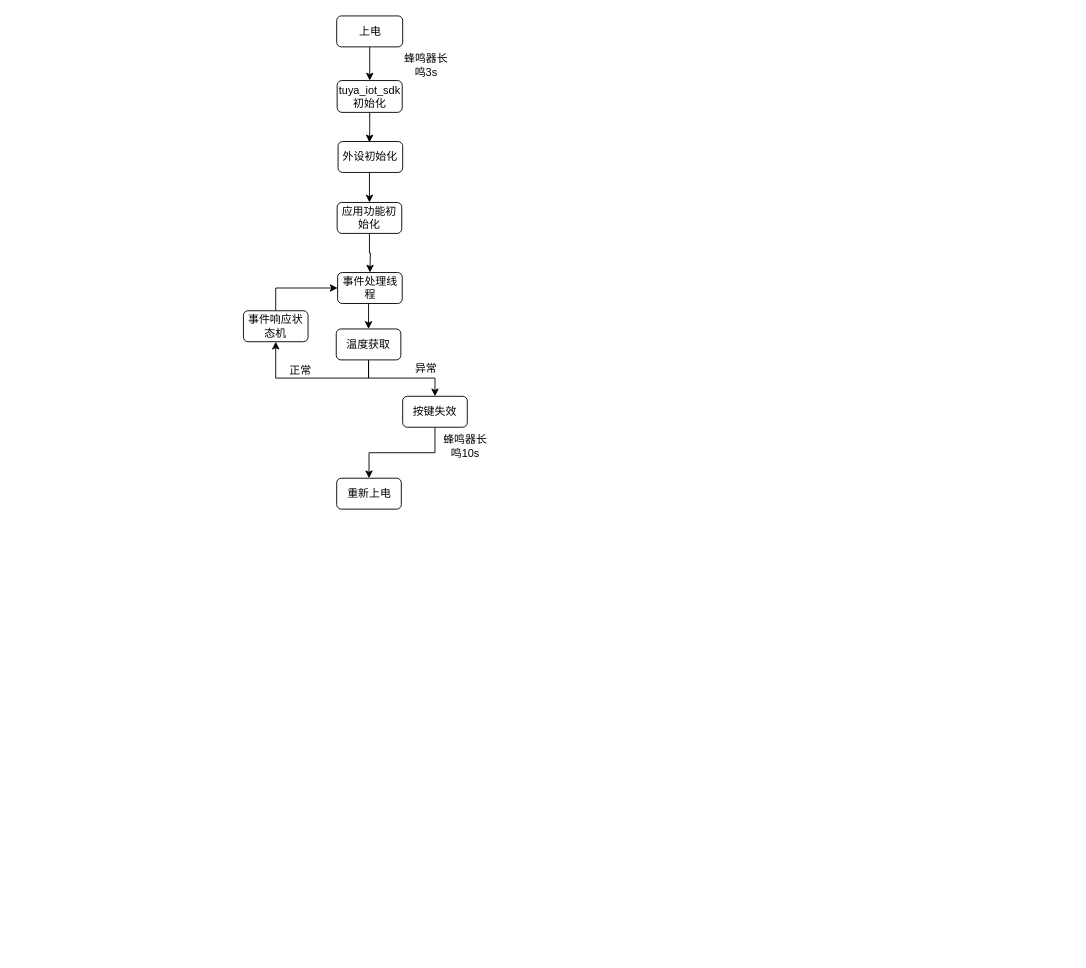
Before: heater_flow_v1.drawio in JeffYec/Jeff, a draw.io diagram. Source tidied: cells renumbered, new cells numbered last; positions are measured from the earlier drawing's top-left corner, leaving out a move shared by most shapes. Both pictures are drawn from the tidied source at 91%, with x=0, y=0 at pixel (243, 15).
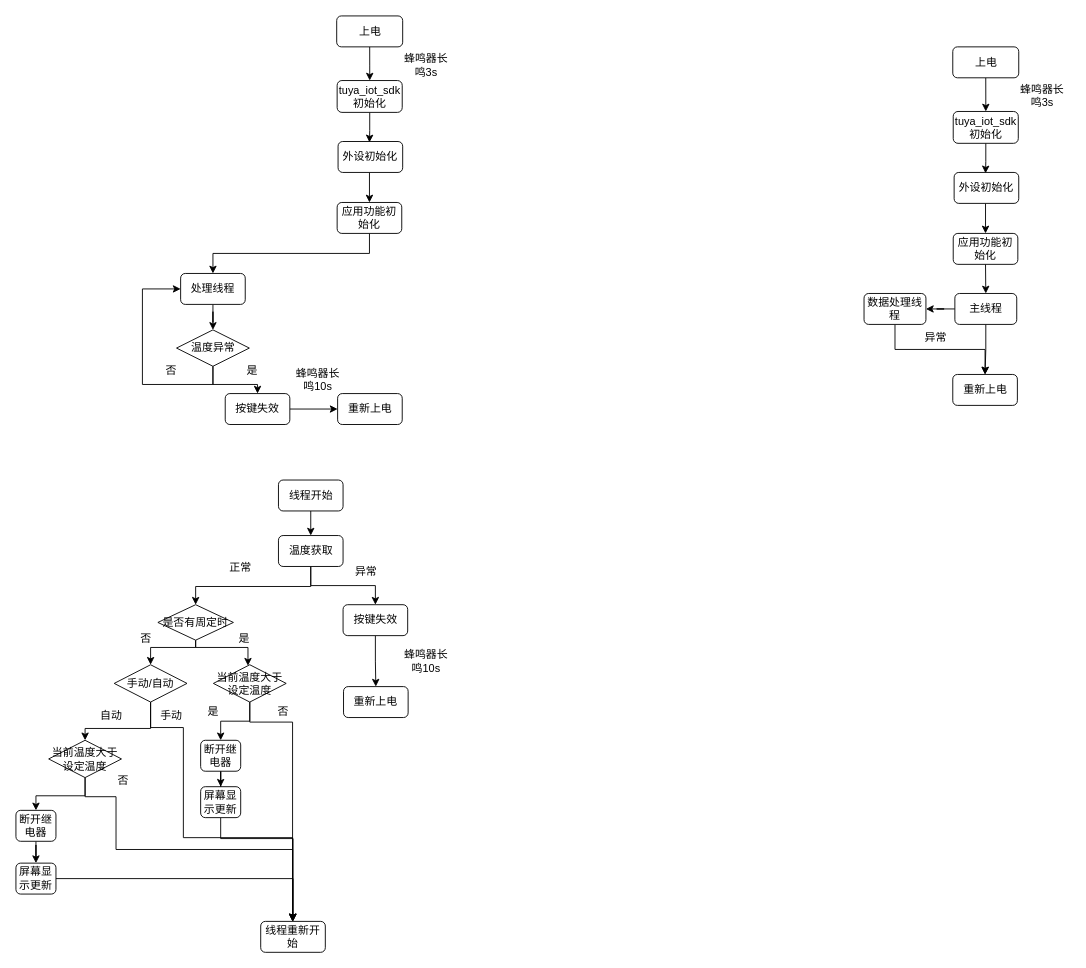
The same page after the edit.

Unchanged cells that the change refers to:
```xml
<mxCell id="10" value="应用功能初始化" style="rounded=1;whiteSpace=wrap;html=1;" parent="1" vertex="1">
  <mxGeometry x="103" y="205" width="71" height="34" as="geometry" />
</mxCell>
```

Diff of the diagram source:
```diff
@@
     <mxCell id="8" value="重新上电" style="rounded=1;whiteSpace=wrap;html=1;" parent="1" vertex="1">
-      <mxGeometry x="102.5" y="508" width="71" height="34" as="geometry" />
+      <mxGeometry x="103.5" y="415" width="71" height="34" as="geometry" />
     </mxCell>
-    <mxCell id="9" style="edgeStyle=orthogonalEdgeStyle;rounded=0;jettySize=auto;html=1;exitX=0.5;exitY=1;exitDx=0;exitDy=0;entryX=0.5;entryY=0;entryDx=0;entryDy=0;" parent="1" edge="1" source="10">
-      <mxGeometry relative="1" as="geometry">
-        <mxPoint x="139" y="282" as="targetPoint" />
-      </mxGeometry>
-    </mxCell>
+    <mxCell id="24" style="edgeStyle=orthogonalEdgeStyle;rounded=0;jettySize=auto;html=1;exitX=0.5;exitY=1;exitDx=0;exitDy=0;" parent="1" edge="1" source="10" target="12">
+      <mxGeometry relative="1" as="geometry" />
+    </mxCell>
@@
-    <mxCell id="11" style="edgeStyle=orthogonalEdgeStyle;rounded=0;jettySize=auto;html=1;exitX=0.5;exitY=1;exitDx=0;exitDy=0;entryX=0.5;entryY=0;entryDx=0;entryDy=0;" parent="1" edge="1" source="12" target="15">
-      <mxGeometry relative="1" as="geometry" />
-    </mxCell>
+    <mxCell id="25" style="edgeStyle=orthogonalEdgeStyle;rounded=0;jettySize=auto;html=1;" parent="1" edge="1" source="12" target="28">
+      <mxGeometry relative="1" as="geometry" />
+    </mxCell>
-    <mxCell id="12" value="事件处理线程" style="rounded=1;whiteSpace=wrap;html=1;" parent="1" vertex="1">
-      <mxGeometry x="103.5" y="282" width="71" height="34" as="geometry" />
+    <mxCell id="12" value="处理线程" style="rounded=1;whiteSpace=wrap;html=1;" parent="1" vertex="1">
+      <mxGeometry x="-69" y="283" width="71" height="34" as="geometry" />
     </mxCell>
-    <mxCell id="13" style="edgeStyle=orthogonalEdgeStyle;rounded=0;jettySize=auto;html=1;exitX=0.5;exitY=1;exitDx=0;exitDy=0;entryX=0.5;entryY=1;entryDx=0;entryDy=0;" parent="1" edge="1" source="15" target="17">
-      <mxGeometry relative="1" as="geometry" />
-    </mxCell>
-    <mxCell id="14" style="edgeStyle=orthogonalEdgeStyle;rounded=0;jettySize=auto;html=1;exitX=0.5;exitY=1;exitDx=0;exitDy=0;" parent="1" edge="1" source="15" target="21">
-      <mxGeometry relative="1" as="geometry" />
-    </mxCell>
-    <mxCell id="15" value="温度获取" style="rounded=1;whiteSpace=wrap;html=1;" parent="1" vertex="1">
-      <mxGeometry x="102" y="344" width="71" height="34" as="geometry" />
-    </mxCell>
-    <mxCell id="16" style="edgeStyle=orthogonalEdgeStyle;rounded=0;jettySize=auto;html=1;exitX=0.5;exitY=0;exitDx=0;exitDy=0;entryX=0;entryY=0.5;entryDx=0;entryDy=0;" parent="1" edge="1" source="17" target="12">
-      <mxGeometry relative="1" as="geometry" />
-    </mxCell>
-    <mxCell id="17" value="事件响应状态机" style="rounded=1;whiteSpace=wrap;html=1;" parent="1" vertex="1">
-      <mxGeometry y="324" width="71" height="34" as="geometry" />
-    </mxCell>
-    <mxCell id="18" value="异常" style="text;html=1;strokeColor=none;fillColor=none;align=center;verticalAlign=middle;whiteSpace=wrap;rounded=0;shadow=0;" parent="1" vertex="1">
-      <mxGeometry x="171" y="373" width="60" height="30" as="geometry" />
-    </mxCell>
-    <mxCell id="19" value="正常" style="text;html=1;strokeColor=none;fillColor=none;align=center;verticalAlign=middle;whiteSpace=wrap;rounded=0;shadow=0;" parent="1" vertex="1">
-      <mxGeometry x="33" y="375" width="60" height="30" as="geometry" />
-    </mxCell>
-    <mxCell id="20" style="edgeStyle=orthogonalEdgeStyle;rounded=0;jettySize=auto;html=1;exitX=0.5;exitY=1;exitDx=0;exitDy=0;entryX=0.5;entryY=0;entryDx=0;entryDy=0;" parent="1" edge="1" source="21" target="8">
+    <mxCell id="20" style="edgeStyle=orthogonalEdgeStyle;rounded=0;jettySize=auto;html=1;exitX=1;exitY=0.5;exitDx=0;exitDy=0;entryX=0;entryY=0.5;entryDx=0;entryDy=0;" parent="1" edge="1" source="21" target="8">
       <mxGeometry relative="1" as="geometry" />
     </mxCell>
     <mxCell id="21" value="按键失效" style="rounded=1;whiteSpace=wrap;html=1;" parent="1" vertex="1">
-      <mxGeometry x="175" y="418" width="71" height="34" as="geometry" />
+      <mxGeometry x="-20" y="415" width="71" height="34" as="geometry" />
     </mxCell>
     <mxCell id="22" value="蜂鸣器长鸣10s" style="text;html=1;strokeColor=none;fillColor=none;align=center;verticalAlign=middle;whiteSpace=wrap;rounded=0;shadow=0;" parent="1" vertex="1">
-      <mxGeometry x="213.5" y="458" width="60" height="30" as="geometry" />
+      <mxGeometry x="52" y="385" width="60" height="30" as="geometry" />
     </mxCell>
@@
+    <mxCell id="26" style="edgeStyle=orthogonalEdgeStyle;rounded=0;jettySize=auto;html=1;exitX=0.5;exitY=1;exitDx=0;exitDy=0;entryX=0.5;entryY=0;entryDx=0;entryDy=0;" parent="1" edge="1" source="28" target="21">
+      <mxGeometry relative="1" as="geometry" />
+    </mxCell>
+    <mxCell id="27" style="edgeStyle=orthogonalEdgeStyle;rounded=0;jettySize=auto;html=1;exitX=0.5;exitY=1;exitDx=0;exitDy=0;entryX=0;entryY=0.5;entryDx=0;entryDy=0;" parent="1" edge="1" source="28" target="12">
+      <mxGeometry relative="1" as="geometry">
+        <Array as="points">
+          <mxPoint x="-34" y="405" />
+          <mxPoint x="-111" y="405" />
+          <mxPoint x="-111" y="300" />
+        </Array>
+      </mxGeometry>
+    </mxCell>
+    <mxCell id="28" value="温度异常" style="rhombus;whiteSpace=wrap;html=1;rounded=0;shadow=0;" parent="1" vertex="1">
+      <mxGeometry x="-73.5" y="345" width="80" height="40" as="geometry" />
+    </mxCell>
+    <mxCell id="29" value="是" style="text;html=1;strokeColor=none;fillColor=none;align=center;verticalAlign=middle;whiteSpace=wrap;rounded=0;shadow=0;" parent="1" vertex="1">
+      <mxGeometry x="-20" y="375" width="60" height="30" as="geometry" />
+    </mxCell>
+    <mxCell id="30" value="否" style="text;html=1;strokeColor=none;fillColor=none;align=center;verticalAlign=middle;whiteSpace=wrap;rounded=0;shadow=0;" parent="1" vertex="1">
+      <mxGeometry x="-109" y="375" width="60" height="30" as="geometry" />
+    </mxCell>
+    <mxCell id="31" style="edgeStyle=orthogonalEdgeStyle;rounded=0;jettySize=auto;html=1;exitX=0.5;exitY=1;exitDx=0;exitDy=0;" parent="1" edge="1" source="15" target="34">
+      <mxGeometry relative="1" as="geometry" />
+    </mxCell>
+    <mxCell id="32" style="edgeStyle=orthogonalEdgeStyle;rounded=0;jettySize=auto;html=1;exitX=0.5;exitY=1;exitDx=0;exitDy=0;entryX=0.5;entryY=0;entryDx=0;entryDy=0;" parent="1" edge="1" source="15" target="40">
+      <mxGeometry relative="1" as="geometry">
+        <Array as="points">
+          <mxPoint x="74" y="627" />
+          <mxPoint x="-52" y="627" />
+          <mxPoint x="-52" y="647" />
+        </Array>
+      </mxGeometry>
+    </mxCell>
+    <mxCell id="15" value="温度获取" style="rounded=1;whiteSpace=wrap;html=1;" parent="1" vertex="1">
+      <mxGeometry x="38.5" y="571" width="71" height="34" as="geometry" />
+    </mxCell>
+    <mxCell id="33" style="edgeStyle=orthogonalEdgeStyle;rounded=0;jettySize=auto;html=1;exitX=0.5;exitY=1;exitDx=0;exitDy=0;" parent="1" edge="1" source="34" target="36">
+      <mxGeometry relative="1" as="geometry" />
+    </mxCell>
+    <mxCell id="34" value="按键失效" style="rounded=1;whiteSpace=wrap;html=1;" parent="1" vertex="1">
+      <mxGeometry x="109.5" y="647" width="71" height="34" as="geometry" />
+    </mxCell>
+    <mxCell id="19" value="正常" style="text;html=1;strokeColor=none;fillColor=none;align=center;verticalAlign=middle;whiteSpace=wrap;rounded=0;shadow=0;" parent="1" vertex="1">
+      <mxGeometry x="-33" y="591" width="60" height="30" as="geometry" />
+    </mxCell>
+    <mxCell id="35" value="异常" style="text;html=1;strokeColor=none;fillColor=none;align=center;verticalAlign=middle;whiteSpace=wrap;rounded=0;shadow=0;" parent="1" vertex="1">
+      <mxGeometry x="105" y="596" width="60" height="30" as="geometry" />
+    </mxCell>
+    <mxCell id="36" value="重新上电" style="rounded=1;whiteSpace=wrap;html=1;" parent="1" vertex="1">
+      <mxGeometry x="110" y="737" width="71" height="34" as="geometry" />
+    </mxCell>
+    <mxCell id="37" value="蜂鸣器长鸣10s" style="text;html=1;strokeColor=none;fillColor=none;align=center;verticalAlign=middle;whiteSpace=wrap;rounded=0;shadow=0;" parent="1" vertex="1">
+      <mxGeometry x="171" y="694" width="60" height="30" as="geometry" />
+    </mxCell>
+    <mxCell id="38" style="edgeStyle=orthogonalEdgeStyle;rounded=0;jettySize=auto;html=1;exitX=0.5;exitY=1;exitDx=0;exitDy=0;" parent="1" edge="1" source="40" target="43">
+      <mxGeometry relative="1" as="geometry">
+        <Array as="points">
+          <mxPoint x="-53" y="694" />
+          <mxPoint x="-102" y="694" />
+        </Array>
+      </mxGeometry>
+    </mxCell>
+    <mxCell id="39" style="edgeStyle=orthogonalEdgeStyle;rounded=0;jettySize=auto;html=1;exitX=0.5;exitY=1;exitDx=0;exitDy=0;" parent="1" edge="1" source="40" target="46">
+      <mxGeometry relative="1" as="geometry">
+        <Array as="points">
+          <mxPoint x="-53" y="694" />
+          <mxPoint x="5" y="694" />
+        </Array>
+      </mxGeometry>
+    </mxCell>
+    <mxCell id="40" value="&lt;span&gt;是否有周定时&lt;/span&gt;" style="rhombus;whiteSpace=wrap;html=1;rounded=0;shadow=0;" parent="1" vertex="1">
+      <mxGeometry x="-94" y="647" width="83" height="39" as="geometry" />
+    </mxCell>
+    <mxCell id="41" style="edgeStyle=orthogonalEdgeStyle;rounded=0;jettySize=auto;html=1;exitX=0.5;exitY=1;exitDx=0;exitDy=0;entryX=0.5;entryY=0;entryDx=0;entryDy=0;" parent="1" edge="1" source="43" target="59">
+      <mxGeometry relative="1" as="geometry">
+        <Array as="points">
+          <mxPoint x="-102" y="783" />
+          <mxPoint x="-174" y="783" />
+        </Array>
+      </mxGeometry>
+    </mxCell>
+    <mxCell id="42" style="edgeStyle=orthogonalEdgeStyle;rounded=0;jettySize=auto;html=1;exitX=0.5;exitY=1;exitDx=0;exitDy=0;" parent="1" edge="1" source="43" target="49">
+      <mxGeometry relative="1" as="geometry">
+        <Array as="points">
+          <mxPoint x="-102" y="782" />
+          <mxPoint x="-66" y="782" />
+          <mxPoint x="-66" y="903" />
+          <mxPoint x="54" y="903" />
+        </Array>
+      </mxGeometry>
+    </mxCell>
+    <mxCell id="43" value="手动/自动" style="rhombus;whiteSpace=wrap;html=1;rounded=0;shadow=0;" parent="1" vertex="1">
+      <mxGeometry x="-142" y="713" width="80" height="41" as="geometry" />
+    </mxCell>
+    <mxCell id="44" style="edgeStyle=orthogonalEdgeStyle;rounded=0;jettySize=auto;html=1;exitX=0.5;exitY=1;exitDx=0;exitDy=0;" parent="1" edge="1" source="46" target="51">
+      <mxGeometry relative="1" as="geometry" />
+    </mxCell>
+    <mxCell id="45" style="edgeStyle=orthogonalEdgeStyle;rounded=0;jettySize=auto;html=1;exitX=0.5;exitY=1;exitDx=0;exitDy=0;" parent="1" edge="1" source="46" target="49">
+      <mxGeometry relative="1" as="geometry">
+        <Array as="points">
+          <mxPoint x="7" y="776" />
+          <mxPoint x="54" y="776" />
+        </Array>
+      </mxGeometry>
+    </mxCell>
+    <mxCell id="46" value="当前温度大于设定温度" style="rhombus;whiteSpace=wrap;html=1;rounded=0;shadow=0;" parent="1" vertex="1">
+      <mxGeometry x="-33" y="713" width="80" height="41" as="geometry" />
+    </mxCell>
+    <mxCell id="47" value="否" style="text;html=1;strokeColor=none;fillColor=none;align=center;verticalAlign=middle;whiteSpace=wrap;rounded=0;shadow=0;" parent="1" vertex="1">
+      <mxGeometry x="14" y="750" width="60" height="30" as="geometry" />
+    </mxCell>
+    <mxCell id="48" value="手动" style="text;html=1;strokeColor=none;fillColor=none;align=center;verticalAlign=middle;whiteSpace=wrap;rounded=0;shadow=0;" parent="1" vertex="1">
+      <mxGeometry x="-109" y="754" width="60" height="30" as="geometry" />
+    </mxCell>
+    <mxCell id="49" value="线程重新开始" style="rounded=1;whiteSpace=wrap;html=1;" parent="1" vertex="1">
+      <mxGeometry x="19" y="995" width="71" height="34" as="geometry" />
+    </mxCell>
+    <mxCell id="50" style="edgeStyle=orthogonalEdgeStyle;rounded=0;jettySize=auto;html=1;exitX=0.5;exitY=1;exitDx=0;exitDy=0;" parent="1" edge="1" source="51" target="53">
+      <mxGeometry relative="1" as="geometry" />
+    </mxCell>
+    <mxCell id="51" value="断开继电器" style="rounded=1;whiteSpace=wrap;html=1;" parent="1" vertex="1">
+      <mxGeometry x="-47" y="796" width="44" height="34" as="geometry" />
+    </mxCell>
+    <mxCell id="52" style="edgeStyle=orthogonalEdgeStyle;rounded=0;jettySize=auto;html=1;exitX=0.5;exitY=1;exitDx=0;exitDy=0;entryX=0.5;entryY=0;entryDx=0;entryDy=0;" parent="1" edge="1" source="53" target="49">
+      <mxGeometry relative="1" as="geometry">
+        <Array as="points">
+          <mxPoint x="-25" y="904" />
+          <mxPoint x="54" y="904" />
+        </Array>
+      </mxGeometry>
+    </mxCell>
+    <mxCell id="53" value="屏幕显示更新" style="rounded=1;whiteSpace=wrap;html=1;" parent="1" vertex="1">
+      <mxGeometry x="-47" y="847" width="44" height="34" as="geometry" />
+    </mxCell>
+    <mxCell id="54" value="是" style="text;html=1;strokeColor=none;fillColor=none;align=center;verticalAlign=middle;whiteSpace=wrap;rounded=0;shadow=0;" parent="1" vertex="1">
+      <mxGeometry x="-63.5" y="750" width="60" height="30" as="geometry" />
+    </mxCell>
+    <mxCell id="55" value="否" style="text;html=1;strokeColor=none;fillColor=none;align=center;verticalAlign=middle;whiteSpace=wrap;rounded=0;shadow=0;" parent="1" vertex="1">
+      <mxGeometry x="-137" y="669" width="60" height="30" as="geometry" />
+    </mxCell>
+    <mxCell id="56" value="是" style="text;html=1;strokeColor=none;fillColor=none;align=center;verticalAlign=middle;whiteSpace=wrap;rounded=0;shadow=0;" parent="1" vertex="1">
+      <mxGeometry x="-29" y="669" width="60" height="30" as="geometry" />
+    </mxCell>
+    <mxCell id="57" style="edgeStyle=orthogonalEdgeStyle;rounded=0;jettySize=auto;html=1;exitX=0.5;exitY=1;exitDx=0;exitDy=0;" parent="1" edge="1" source="59" target="63">
+      <mxGeometry relative="1" as="geometry" />
+    </mxCell>
+    <mxCell id="58" style="edgeStyle=orthogonalEdgeStyle;rounded=0;jettySize=auto;html=1;exitX=0.5;exitY=1;exitDx=0;exitDy=0;" parent="1" edge="1" source="59" target="49">
+      <mxGeometry relative="1" as="geometry">
+        <Array as="points">
+          <mxPoint x="-174" y="858" />
+          <mxPoint x="-140" y="858" />
+          <mxPoint x="-140" y="916" />
+          <mxPoint x="54" y="916" />
+        </Array>
+      </mxGeometry>
+    </mxCell>
+    <mxCell id="59" value="当前温度大于设定温度" style="rhombus;whiteSpace=wrap;html=1;rounded=0;shadow=0;" parent="1" vertex="1">
+      <mxGeometry x="-214" y="796" width="80" height="41" as="geometry" />
+    </mxCell>
+    <mxCell id="60" value="自动" style="text;html=1;strokeColor=none;fillColor=none;align=center;verticalAlign=middle;whiteSpace=wrap;rounded=0;shadow=0;" parent="1" vertex="1">
+      <mxGeometry x="-175" y="754" width="60" height="30" as="geometry" />
+    </mxCell>
+    <mxCell id="61" value="否" style="text;html=1;strokeColor=none;fillColor=none;align=center;verticalAlign=middle;whiteSpace=wrap;rounded=0;shadow=0;" parent="1" vertex="1">
+      <mxGeometry x="-162" y="826" width="60" height="30" as="geometry" />
+    </mxCell>
+    <mxCell id="62" style="edgeStyle=orthogonalEdgeStyle;rounded=0;jettySize=auto;html=1;" parent="1" edge="1" source="63" target="65">
+      <mxGeometry relative="1" as="geometry" />
+    </mxCell>
+    <mxCell id="63" value="断开继电器" style="rounded=1;whiteSpace=wrap;html=1;" parent="1" vertex="1">
+      <mxGeometry x="-250" y="873" width="44" height="34" as="geometry" />
+    </mxCell>
+    <mxCell id="64" style="edgeStyle=orthogonalEdgeStyle;rounded=0;jettySize=auto;html=1;exitX=1;exitY=0.5;exitDx=0;exitDy=0;" parent="1" edge="1" source="65" target="49">
+      <mxGeometry relative="1" as="geometry" />
+    </mxCell>
+    <mxCell id="65" value="屏幕显示更新" style="rounded=1;whiteSpace=wrap;html=1;" parent="1" vertex="1">
+      <mxGeometry x="-250" y="931" width="44" height="34" as="geometry" />
+    </mxCell>
+    <mxCell id="66" style="edgeStyle=orthogonalEdgeStyle;rounded=0;jettySize=auto;html=1;exitX=0.5;exitY=1;exitDx=0;exitDy=0;entryX=0.5;entryY=0;entryDx=0;entryDy=0;" parent="1" edge="1" source="67" target="15">
+      <mxGeometry relative="1" as="geometry" />
+    </mxCell>
+    <mxCell id="67" value="线程开始" style="rounded=1;whiteSpace=wrap;html=1;" parent="1" vertex="1">
+      <mxGeometry x="38.5" y="510" width="71" height="34" as="geometry" />
+    </mxCell>
+    <mxCell id="68" style="edgeStyle=orthogonalEdgeStyle;rounded=0;jettySize=auto;html=1;exitX=0.5;exitY=1;exitDx=0;exitDy=0;" parent="1" edge="1" source="69" target="71">
+      <mxGeometry relative="1" as="geometry" />
+    </mxCell>
+    <mxCell id="69" value="上电" style="rounded=1;whiteSpace=wrap;html=1;" parent="1" vertex="1">
+      <mxGeometry x="779.5" y="34" width="72.5" height="34" as="geometry" />
+    </mxCell>
+    <mxCell id="70" style="edgeStyle=orthogonalEdgeStyle;rounded=0;jettySize=auto;html=1;" parent="1" edge="1" source="71">
+      <mxGeometry relative="1" as="geometry">
+        <mxPoint x="815.5" y="173" as="targetPoint" />
+      </mxGeometry>
+    </mxCell>
+    <mxCell id="71" value="tuya_iot_sdk初始化" style="rounded=1;whiteSpace=wrap;html=1;" parent="1" vertex="1">
+      <mxGeometry x="780" y="105" width="71.5" height="35" as="geometry" />
+    </mxCell>
+    <mxCell id="72" style="edgeStyle=orthogonalEdgeStyle;rounded=0;jettySize=auto;html=1;exitX=0.5;exitY=1;exitDx=0;exitDy=0;entryX=0.5;entryY=0;entryDx=0;entryDy=0;" parent="1" edge="1" target="76">
+      <mxGeometry relative="1" as="geometry">
+        <mxPoint x="815.5" y="206" as="sourcePoint" />
+      </mxGeometry>
+    </mxCell>
+    <mxCell id="73" value="蜂鸣器长鸣3s" style="text;html=1;strokeColor=none;fillColor=none;align=center;verticalAlign=middle;whiteSpace=wrap;rounded=0;" parent="1" vertex="1">
+      <mxGeometry x="848" y="73" width="60" height="30" as="geometry" />
+    </mxCell>
+    <mxCell id="74" value="重新上电" style="rounded=1;whiteSpace=wrap;html=1;" parent="1" vertex="1">
+      <mxGeometry x="779.5" y="394" width="71" height="34" as="geometry" />
+    </mxCell>
+    <mxCell id="75" style="edgeStyle=orthogonalEdgeStyle;rounded=0;jettySize=auto;html=1;exitX=0.5;exitY=1;exitDx=0;exitDy=0;entryX=0.5;entryY=0;entryDx=0;entryDy=0;" parent="1" edge="1" source="76" target="82">
+      <mxGeometry relative="1" as="geometry" />
+    </mxCell>
+    <mxCell id="76" value="应用功能初始化" style="rounded=1;whiteSpace=wrap;html=1;" parent="1" vertex="1">
+      <mxGeometry x="780" y="239" width="71" height="34" as="geometry" />
+    </mxCell>
+    <mxCell id="77" style="edgeStyle=orthogonalEdgeStyle;rounded=0;jettySize=auto;html=1;exitX=0.5;exitY=1;exitDx=0;exitDy=0;" parent="1" edge="1" source="78" target="74">
+      <mxGeometry relative="1" as="geometry" />
+    </mxCell>
+    <mxCell id="78" value="数据处理线程" style="rounded=1;whiteSpace=wrap;html=1;" parent="1" vertex="1">
+      <mxGeometry x="682" y="305" width="68" height="34" as="geometry" />
+    </mxCell>
+    <mxCell id="79" value="外设初始化" style="rounded=1;whiteSpace=wrap;html=1;" parent="1" vertex="1">
+      <mxGeometry x="781" y="172" width="71" height="34" as="geometry" />
+    </mxCell>
+    <mxCell id="80" style="edgeStyle=orthogonalEdgeStyle;rounded=0;jettySize=auto;html=1;" parent="1" edge="1" source="82" target="78">
+      <mxGeometry relative="1" as="geometry" />
+    </mxCell>
+    <mxCell id="81" style="edgeStyle=orthogonalEdgeStyle;rounded=0;jettySize=auto;html=1;exitX=0.5;exitY=1;exitDx=0;exitDy=0;entryX=0.5;entryY=0;entryDx=0;entryDy=0;" parent="1" edge="1" source="82" target="74">
+      <mxGeometry relative="1" as="geometry" />
+    </mxCell>
+    <mxCell id="82" value="主线程" style="rounded=1;whiteSpace=wrap;html=1;" parent="1" vertex="1">
+      <mxGeometry x="781.8" y="305" width="68" height="34" as="geometry" />
+    </mxCell>
+    <mxCell id="83" value="异常" style="text;html=1;strokeColor=none;fillColor=none;align=center;verticalAlign=middle;whiteSpace=wrap;rounded=0;shadow=0;" parent="1" vertex="1">
+      <mxGeometry x="731" y="339" width="60" height="30" as="geometry" />
+    </mxCell>
```
